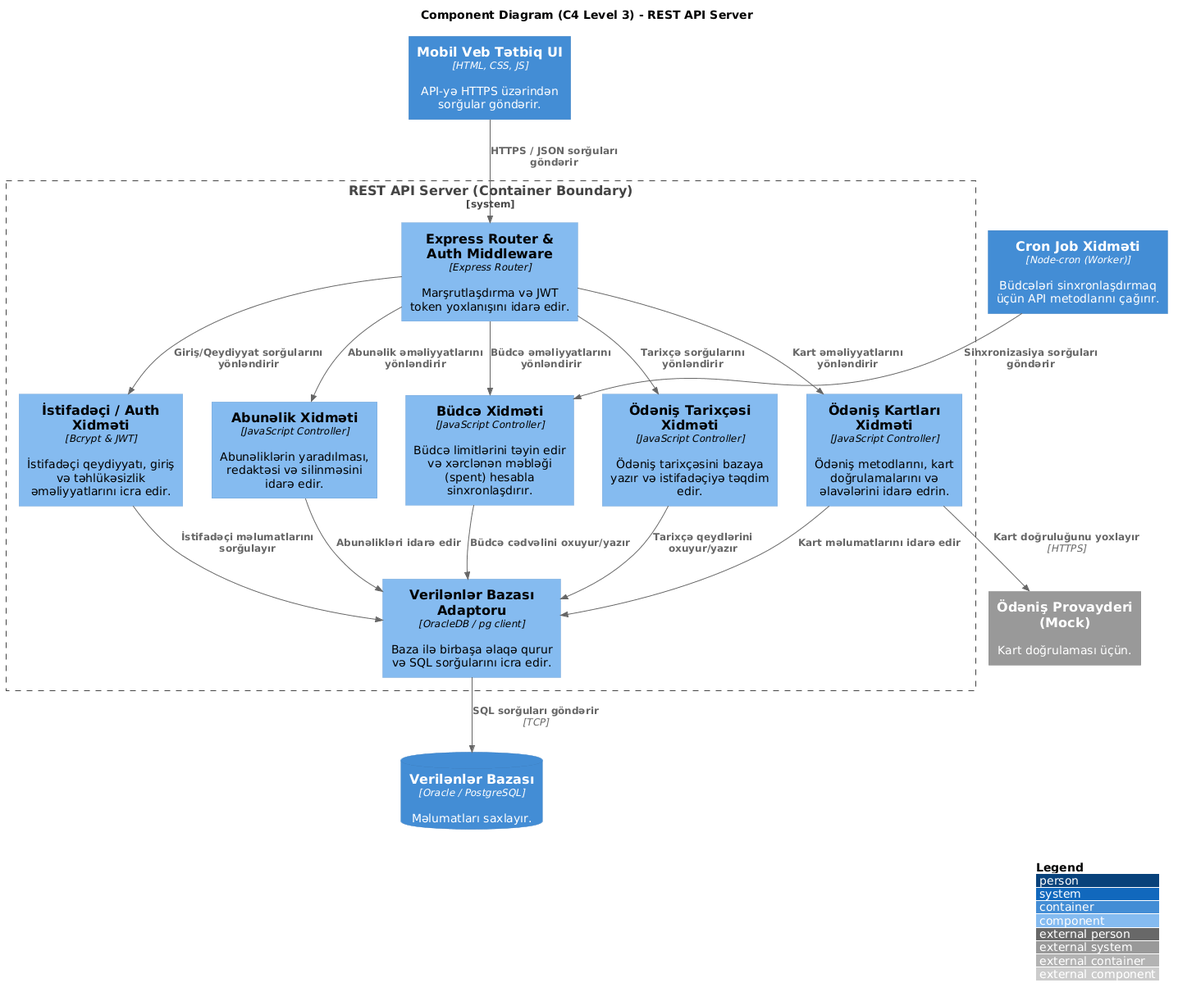
abbassultanli71-hash/abune-api- keeps this PlantUML diagram as public/Abunelik_C4_L3_Components_HD.png. Above is the earlier version.
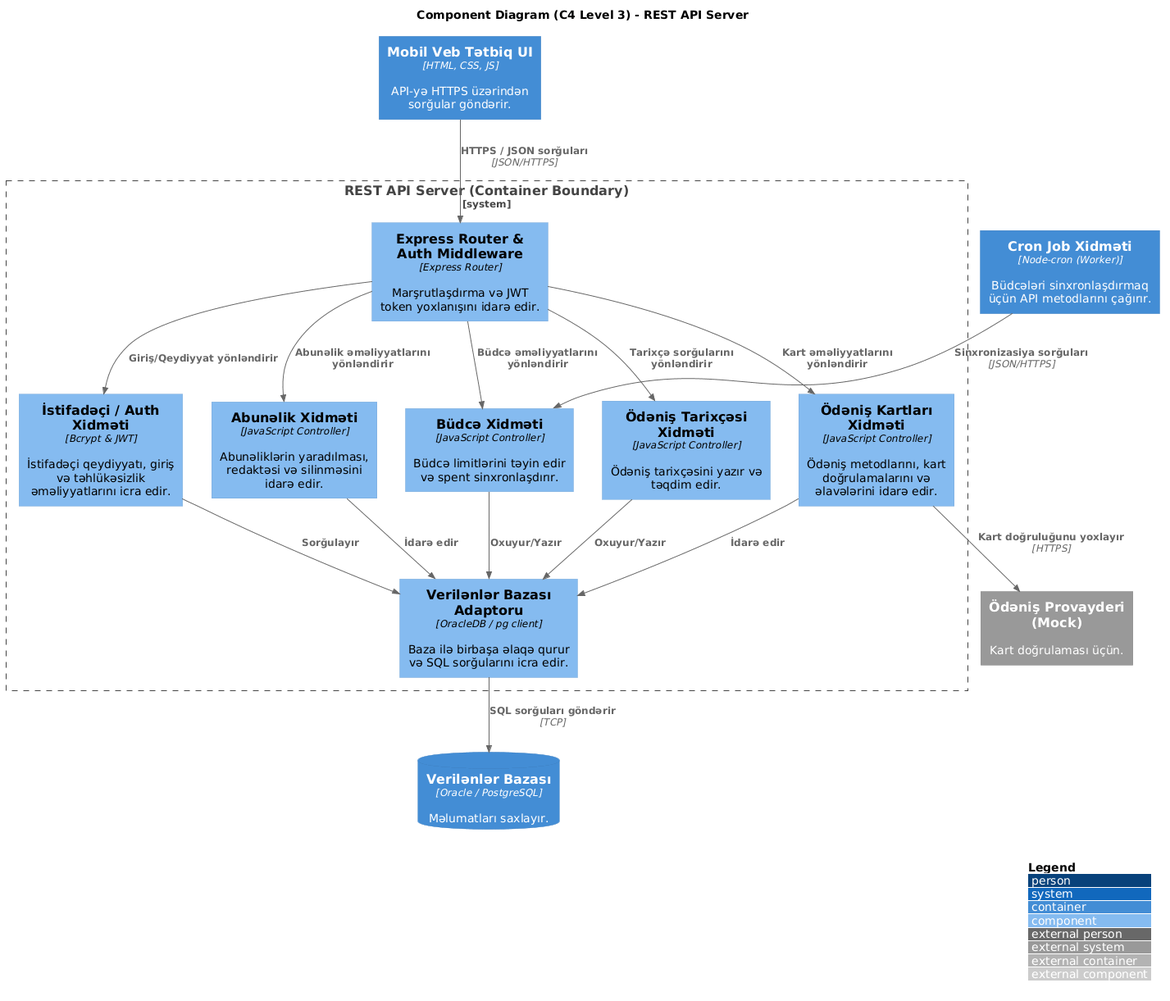
After the commit.

Commit message:
Update C4 Level 3 Component diagram to use clean symmetrical 3-tier grid layout hints

Change to the diagram source:
```diff
@@ -11,30 +11,39 @@
 
 System_Boundary(api_server, "REST API Server (Container Boundary)") {
     Component(router, "Express Router & Auth Middleware", "Express Router", "Marşrutlaşdırma və JWT token yoxlanışını idarə edir.")
+
     Component(auth_svc, "İstifadəçi / Auth Xidməti", "Bcrypt & JWT", "İstifadəçi qeydiyyatı, giriş və təhlükəsizlik əməliyyatlarını icra edir.")
     Component(sub_svc, "Abunəlik Xidməti", "JavaScript Controller", "Abunəliklərin yaradılması, redaktəsi və silinməsini idarə edir.")
-    Component(budget_svc, "Büdcə Xidməti", "JavaScript Controller", "Büdcə limitlərini təyin edir və xərclənən məbləği (spent) hesabla sinxronlaşdırır.")
-    Component(card_svc, "Ödəniş Kartları Xidməti", "JavaScript Controller", "Ödəniş metodlarını, kart doğrulamalarını və əlavələrini idarə edrin.")
-    Component(history_svc, "Ödəniş Tarixçəsi Xidməti", "JavaScript Controller", "Ödəniş tarixçəsini bazaya yazır və istifadəçiyə təqdim edir.")
+    Component(budget_svc, "Büdcə Xidməti", "JavaScript Controller", "Büdcə limitlərini təyin edir və spent sinxronlaşdırır.")
+    Component(card_svc, "Ödəniş Kartları Xidməti", "JavaScript Controller", "Ödəniş metodlarını, kart doğrulamalarını və əlavələrini idarə edir.")
+    Component(history_svc, "Ödəniş Tarixçəsi Xidməti", "JavaScript Controller", "Ödəniş tarixçəsini yazır və təqdim edir.")
+
     Component(db_adapter, "Verilənlər Bazası Adaptoru", "OracleDB / pg client", "Baza ilə birbaşa əlaqə qurur və SQL sorğularını icra edir.")
 }
 
 System_Ext(payment_gateway, "Ödəniş Provayderi (Mock)", "Kart doğrulaması üçün.")
 
-Rel(frontend, router, "HTTPS / JSON sorğuları göndərir")
-Rel(cron, budget_svc, "Sinxronizasiya sorğuları göndərir")
+router -[hidden]down-> sub_svc
+auth_svc -[hidden]right-> sub_svc
+sub_svc -[hidden]right-> budget_svc
+budget_svc -[hidden]right-> card_svc
+card_svc -[hidden]right-> history_svc
+db_adapter -[hidden]up-> budget_svc
 
-Rel(router, auth_svc, "Giriş/Qeydiyyat sorğularını yönləndirir")
+Rel(frontend, router, "HTTPS / JSON sorğuları", "JSON/HTTPS")
+Rel(cron, budget_svc, "Sinxronizasiya sorğuları", "JSON/HTTPS")
+
+Rel(router, auth_svc, "Giriş/Qeydiyyat yönləndirir")
 Rel(router, sub_svc, "Abunəlik əməliyyatlarını yönləndirir")
 Rel(router, budget_svc, "Büdcə əməliyyatlarını yönləndirir")
 Rel(router, card_svc, "Kart əməliyyatlarını yönləndirir")
 Rel(router, history_svc, "Tarixçə sorğularını yönləndirir")
 
-Rel(auth_svc, db_adapter, "İstifadəçi məlumatlarını sorğulayır")
-Rel(sub_svc, db_adapter, "Abunəlikləri idarə edir")
-Rel(budget_svc, db_adapter, "Büdcə cədvəlini oxuyur/yazır")
-Rel(card_svc, db_adapter, "Kart məlumatlarını idarə edir")
-Rel(history_svc, db_adapter, "Tarixçə qeydlərini oxuyur/yazır")
+Rel(auth_svc, db_adapter, "Sorğulayır")
+Rel(sub_svc, db_adapter, "İdarə edir")
+Rel(budget_svc, db_adapter, "Oxuyur/Yazır")
+Rel(card_svc, db_adapter, "İdarə edir")
+Rel(history_svc, db_adapter, "Oxuyur/Yazır")
 
 Rel(card_svc, payment_gateway, "Kart doğruluğunu yoxlayır", "HTTPS")
 Rel(db_adapter, database, "SQL sorğuları göndərir", "TCP")
```
